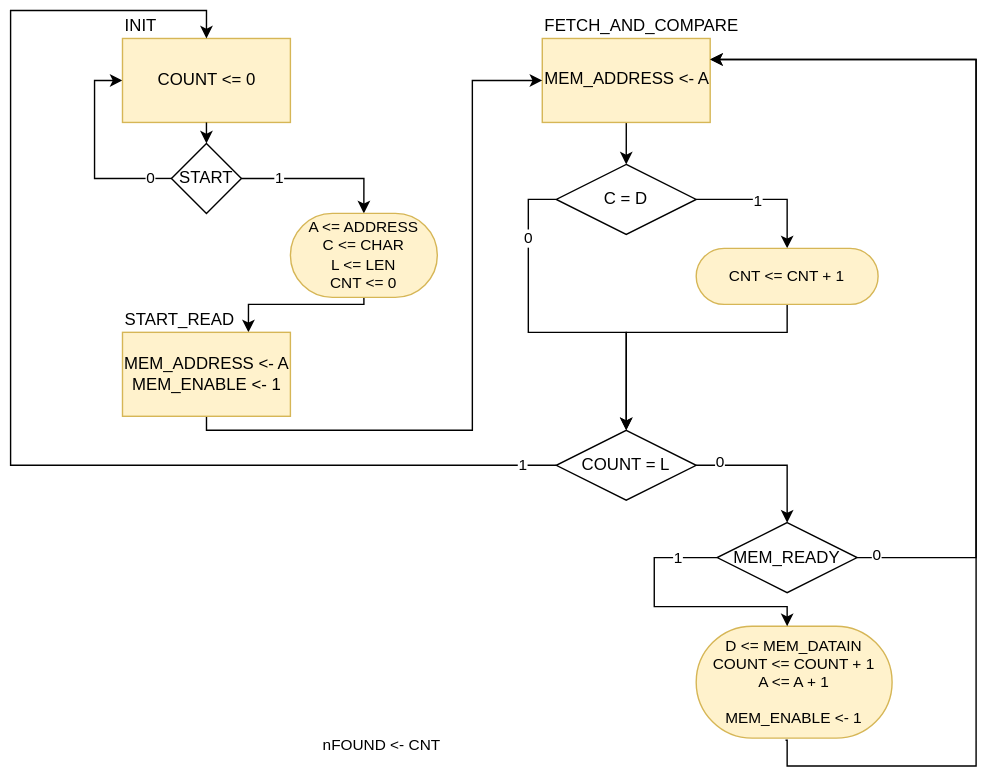
Before: doc/images/ASM-search_chr_improved.drawio.svg, a diagram exported from draw.io (DavidTrevisan/calcolatori_elettronici_2025). Source tidied: cells renumbered, new cells last; positions are measured from the earlier drawing's top-left corner, leaving out a move shared by most shapes. The source it was exported from:
```xml
<mxGraphModel>
  <root>
    <mxCell id="0" />
    <mxCell id="1" parent="0" />
    <mxCell id="2" style="edgeStyle=orthogonalEdgeStyle;rounded=0;jettySize=auto;html=1;entryX=0;entryY=0.5;entryDx=0;entryDy=0;strokeColor=default;align=center;verticalAlign=middle;fontFamily=Helvetica;fontSize=11;fontColor=default;labelBackgroundColor=default;jumpStyle=arc;endArrow=classic;exitX=1;exitY=0.5;exitDx=0;exitDy=0;" parent="1" edge="1" source="9" target="4">
      <mxGeometry relative="1" as="geometry">
        <Array as="points">
          <mxPoint x="60" y="120" />
          <mxPoint x="60" y="50" />
        </Array>
      </mxGeometry>
    </mxCell>
    <mxCell id="3" value="0" style="edgeLabel;html=1;align=center;verticalAlign=middle;fontFamily=Helvetica;fontSize=11;fontColor=default;labelBackgroundColor=default;" parent="2" vertex="1">
      <mxGeometry x="-0.47" y="1" relative="1" as="geometry">
        <mxPoint x="-14" y="-1" as="offset" />
      </mxGeometry>
    </mxCell>
    <mxCell id="4" value="INIT" style="rounded=0;whiteSpace=wrap;html=1;verticalAlign=bottom;labelPosition=center;verticalLabelPosition=top;align=left;fillColor=#fff2cc;strokeColor=#d6b656;" parent="1" vertex="1">
      <mxGeometry x="80" y="20" width="120" height="60" as="geometry" />
    </mxCell>
    <mxCell id="5" value="COUNT &amp;lt;= 0" style="text;html=1;align=center;verticalAlign=middle;strokeColor=none;fillColor=none;" parent="1" vertex="1">
      <mxGeometry x="95" y="35" width="90" height="30" as="geometry" />
    </mxCell>
    <mxCell id="6" style="edgeStyle=orthogonalEdgeStyle;rounded=0;jettySize=auto;html=1;entryX=0.5;entryY=0;entryDx=0;entryDy=0;strokeColor=default;align=center;verticalAlign=middle;fontFamily=Helvetica;fontSize=11;fontColor=default;labelBackgroundColor=default;jumpStyle=arc;endArrow=classic;" parent="1" edge="1" target="9">
      <mxGeometry relative="1" as="geometry">
        <mxPoint x="140" y="80" as="sourcePoint" />
      </mxGeometry>
    </mxCell>
    <mxCell id="7" style="edgeStyle=orthogonalEdgeStyle;shape=connector;rounded=0;jumpStyle=arc;jettySize=auto;html=1;strokeColor=default;align=center;verticalAlign=middle;fontFamily=Helvetica;fontSize=11;fontColor=default;labelBackgroundColor=default;endArrow=classic;entryX=0.5;entryY=0;entryDx=0;entryDy=0;" parent="1" edge="1" source="9" target="11">
      <mxGeometry relative="1" as="geometry">
        <Array as="points">
          <mxPoint x="253" y="120" />
        </Array>
      </mxGeometry>
    </mxCell>
    <mxCell id="8" value="1" style="edgeLabel;html=1;align=center;verticalAlign=middle;fontFamily=Helvetica;fontSize=11;fontColor=default;labelBackgroundColor=default;" parent="7" vertex="1">
      <mxGeometry x="0.04" y="-1" relative="1" as="geometry">
        <mxPoint x="-31" y="-1" as="offset" />
      </mxGeometry>
    </mxCell>
    <mxCell id="9" value="START" style="rhombus;whiteSpace=wrap;html=1;" parent="1" vertex="1">
      <mxGeometry x="115" y="95" width="50" height="50" as="geometry" />
    </mxCell>
    <mxCell id="10" style="edgeStyle=orthogonalEdgeStyle;shape=connector;rounded=0;jumpStyle=arc;jettySize=auto;html=1;entryX=0.75;entryY=0;entryDx=0;entryDy=0;strokeColor=default;align=center;verticalAlign=middle;fontFamily=Helvetica;fontSize=11;fontColor=default;labelBackgroundColor=default;endArrow=classic;" parent="1" edge="1" source="11" target="36">
      <mxGeometry relative="1" as="geometry">
        <Array as="points">
          <mxPoint x="253" y="210" />
          <mxPoint x="170" y="210" />
        </Array>
      </mxGeometry>
    </mxCell>
    <mxCell id="11" value="A &amp;lt;= ADDRESS&lt;br&gt;C &amp;lt;= CHAR&lt;br&gt;L &amp;lt;= LEN&lt;br&gt;CNT &amp;lt;= 0" style="rounded=1;whiteSpace=wrap;html=1;fontFamily=Helvetica;fontSize=11;labelBackgroundColor=none;fillColor=#fff2cc;strokeColor=#d6b656;arcSize=50;" parent="1" vertex="1">
      <mxGeometry x="200" y="145" width="105" height="60" as="geometry" />
    </mxCell>
    <mxCell id="12" style="edgeStyle=orthogonalEdgeStyle;rounded=0;jettySize=auto;html=1;entryX=0.5;entryY=0;entryDx=0;entryDy=0;" parent="1" edge="1" source="13" target="19">
      <mxGeometry relative="1" as="geometry" />
    </mxCell>
    <mxCell id="13" value="FETCH_AND_COMPARE" style="rounded=0;whiteSpace=wrap;html=1;verticalAlign=bottom;labelPosition=center;verticalLabelPosition=top;align=left;fillColor=#fff2cc;strokeColor=#d6b656;" parent="1" vertex="1">
      <mxGeometry x="380" y="20" width="120" height="60" as="geometry" />
    </mxCell>
    <mxCell id="14" value="D &amp;lt;= MEM_DATAIN&lt;br&gt;COUNT &amp;lt;= COUNT + 1&lt;br&gt;&lt;div&gt;A &amp;lt;= A + 1&lt;br&gt;&lt;br&gt;MEM_ENABLE &amp;lt;- 1&lt;/div&gt;" style="rounded=1;whiteSpace=wrap;html=1;fontFamily=Helvetica;fontSize=11;labelBackgroundColor=none;fillColor=#fff2cc;strokeColor=#d6b656;arcSize=50;" parent="1" vertex="1">
      <mxGeometry x="490" y="440" width="140" height="80" as="geometry" />
    </mxCell>
    <mxCell id="15" style="edgeStyle=orthogonalEdgeStyle;shape=connector;rounded=0;jumpStyle=arc;jettySize=auto;html=1;entryX=0.5;entryY=0;entryDx=0;entryDy=0;strokeColor=default;align=center;verticalAlign=middle;fontFamily=Helvetica;fontSize=11;fontColor=default;labelBackgroundColor=default;endArrow=classic;exitX=1;exitY=0.5;exitDx=0;exitDy=0;" parent="1" edge="1" source="19" target="21">
      <mxGeometry relative="1" as="geometry" />
    </mxCell>
    <mxCell id="16" value="1" style="edgeLabel;html=1;align=center;verticalAlign=middle;fontFamily=Helvetica;fontSize=11;fontColor=default;labelBackgroundColor=default;" parent="15" vertex="1">
      <mxGeometry x="-0.13" y="-1" relative="1" as="geometry" />
    </mxCell>
    <mxCell id="17" style="edgeStyle=orthogonalEdgeStyle;shape=connector;rounded=0;jumpStyle=arc;jettySize=auto;html=1;strokeColor=default;align=center;verticalAlign=middle;fontFamily=Helvetica;fontSize=11;fontColor=default;labelBackgroundColor=default;endArrow=classic;exitX=0;exitY=0.5;exitDx=0;exitDy=0;entryX=0.5;entryY=0;entryDx=0;entryDy=0;" parent="1" edge="1" source="19" target="26">
      <mxGeometry relative="1" as="geometry">
        <Array as="points">
          <mxPoint x="370" y="135" />
          <mxPoint x="370" y="230" />
          <mxPoint x="440" y="230" />
        </Array>
      </mxGeometry>
    </mxCell>
    <mxCell id="18" value="0" style="edgeLabel;html=1;align=center;verticalAlign=middle;fontFamily=Helvetica;fontSize=11;fontColor=default;labelBackgroundColor=default;" parent="17" vertex="1">
      <mxGeometry x="-0.63" relative="1" as="geometry" />
    </mxCell>
    <mxCell id="19" value="C = D" style="rhombus;whiteSpace=wrap;html=1;" parent="1" vertex="1">
      <mxGeometry x="390" y="110" width="100" height="50" as="geometry" />
    </mxCell>
    <mxCell id="20" style="edgeStyle=orthogonalEdgeStyle;shape=connector;rounded=0;jumpStyle=arc;jettySize=auto;html=1;entryX=0.5;entryY=0;entryDx=0;entryDy=0;strokeColor=default;align=center;verticalAlign=middle;fontFamily=Helvetica;fontSize=11;fontColor=default;labelBackgroundColor=default;endArrow=classic;" parent="1" edge="1" source="21" target="26">
      <mxGeometry relative="1" as="geometry">
        <Array as="points">
          <mxPoint x="555" y="230" />
          <mxPoint x="440" y="230" />
        </Array>
      </mxGeometry>
    </mxCell>
    <mxCell id="21" value="CNT &amp;lt;= CNT + 1" style="rounded=1;whiteSpace=wrap;html=1;fontFamily=Helvetica;fontSize=11;labelBackgroundColor=none;fillColor=#fff2cc;strokeColor=#d6b656;arcSize=50;" parent="1" vertex="1">
      <mxGeometry x="490" y="170" width="130" height="40" as="geometry" />
    </mxCell>
    <mxCell id="22" style="edgeStyle=orthogonalEdgeStyle;shape=connector;rounded=0;jumpStyle=arc;jettySize=auto;html=1;entryX=0.5;entryY=0;entryDx=0;entryDy=0;strokeColor=default;align=center;verticalAlign=middle;fontFamily=Helvetica;fontSize=11;fontColor=default;labelBackgroundColor=default;endArrow=classic;exitX=0;exitY=0.5;exitDx=0;exitDy=0;" parent="1" edge="1" source="33">
      <mxGeometry relative="1" as="geometry">
        <mxPoint x="555" y="440" as="targetPoint" />
        <Array as="points">
          <mxPoint x="460" y="391" />
          <mxPoint x="460" y="426" />
          <mxPoint x="555" y="426" />
        </Array>
      </mxGeometry>
    </mxCell>
    <mxCell id="23" value="1" style="edgeLabel;html=1;align=center;verticalAlign=middle;fontFamily=Helvetica;fontSize=11;fontColor=default;labelBackgroundColor=default;" parent="22" vertex="1">
      <mxGeometry x="-0.7" relative="1" as="geometry" />
    </mxCell>
    <mxCell id="24" style="edgeStyle=orthogonalEdgeStyle;shape=connector;rounded=0;jumpStyle=arc;jettySize=auto;html=1;entryX=0.5;entryY=0;entryDx=0;entryDy=0;strokeColor=default;align=center;verticalAlign=middle;fontFamily=Helvetica;fontSize=11;fontColor=default;labelBackgroundColor=default;endArrow=classic;exitX=0;exitY=0.5;exitDx=0;exitDy=0;" parent="1" edge="1" source="26" target="4">
      <mxGeometry relative="1" as="geometry">
        <Array as="points">
          <mxPoint y="325" />
          <mxPoint />
          <mxPoint x="140" />
        </Array>
      </mxGeometry>
    </mxCell>
    <mxCell id="25" value="1" style="edgeLabel;html=1;align=center;verticalAlign=middle;fontFamily=Helvetica;fontSize=11;fontColor=default;labelBackgroundColor=default;" parent="24" vertex="1">
      <mxGeometry x="-0.94" relative="1" as="geometry" />
    </mxCell>
    <mxCell id="26" value="COUNT = L" style="rhombus;whiteSpace=wrap;html=1;" parent="1" vertex="1">
      <mxGeometry x="390" y="300" width="100" height="50" as="geometry" />
    </mxCell>
    <mxCell id="27" style="edgeStyle=orthogonalEdgeStyle;shape=connector;rounded=0;jumpStyle=arc;jettySize=auto;html=1;entryX=1;entryY=0.25;entryDx=0;entryDy=0;strokeColor=default;align=center;verticalAlign=middle;fontFamily=Helvetica;fontSize=11;fontColor=default;labelBackgroundColor=default;endArrow=classic;exitX=0.456;exitY=1.019;exitDx=0;exitDy=0;exitPerimeter=0;" parent="1" edge="1" source="14" target="13">
      <mxGeometry relative="1" as="geometry">
        <Array as="points">
          <mxPoint x="555" y="522" />
          <mxPoint x="555" y="540" />
          <mxPoint x="690" y="540" />
          <mxPoint x="690" y="35" />
        </Array>
      </mxGeometry>
    </mxCell>
    <mxCell id="28" value="nFOUND &amp;lt;- CNT" style="text;html=1;align=center;verticalAlign=middle;strokeColor=none;fillColor=none;fontFamily=Helvetica;fontSize=11;fontColor=default;labelBackgroundColor=default;" parent="1" vertex="1">
      <mxGeometry x="210" y="510" width="110" height="30" as="geometry" />
    </mxCell>
    <mxCell id="29" style="edgeStyle=orthogonalEdgeStyle;shape=connector;rounded=0;jumpStyle=arc;jettySize=auto;html=1;entryX=0.5;entryY=0;entryDx=0;entryDy=0;strokeColor=default;align=center;verticalAlign=middle;fontFamily=Helvetica;fontSize=11;fontColor=default;labelBackgroundColor=default;endArrow=classic;" parent="1" edge="1" source="26" target="33">
      <mxGeometry relative="1" as="geometry" />
    </mxCell>
    <mxCell id="30" value="0" style="edgeLabel;html=1;align=center;verticalAlign=middle;fontFamily=Helvetica;fontSize=11;fontColor=default;labelBackgroundColor=default;" parent="29" vertex="1">
      <mxGeometry x="-0.69" y="2" relative="1" as="geometry" />
    </mxCell>
    <mxCell id="31" style="edgeStyle=orthogonalEdgeStyle;shape=connector;rounded=0;jumpStyle=arc;jettySize=auto;html=1;entryX=1;entryY=0.25;entryDx=0;entryDy=0;strokeColor=default;align=center;verticalAlign=middle;fontFamily=Helvetica;fontSize=11;fontColor=default;labelBackgroundColor=default;endArrow=classic;" parent="1" edge="1" source="33" target="13">
      <mxGeometry relative="1" as="geometry">
        <Array as="points">
          <mxPoint x="690" y="391" />
          <mxPoint x="690" y="35" />
        </Array>
      </mxGeometry>
    </mxCell>
    <mxCell id="32" value="0" style="edgeLabel;html=1;align=center;verticalAlign=middle;fontFamily=Helvetica;fontSize=11;fontColor=default;labelBackgroundColor=default;" parent="31" vertex="1">
      <mxGeometry x="-0.96" y="2" relative="1" as="geometry" />
    </mxCell>
    <mxCell id="33" value="MEM_READY" style="rhombus;whiteSpace=wrap;html=1;" parent="1" vertex="1">
      <mxGeometry x="505" y="366" width="100" height="50" as="geometry" />
    </mxCell>
    <mxCell id="34" value="MEM_ADDRESS &amp;lt;- A" style="text;whiteSpace=wrap;html=1;" parent="1" vertex="1">
      <mxGeometry x="380" y="35" width="150" height="30" as="geometry" />
    </mxCell>
    <mxCell id="35" style="edgeStyle=orthogonalEdgeStyle;rounded=0;jettySize=auto;html=1;entryX=0;entryY=0.5;entryDx=0;entryDy=0;" parent="1" edge="1" source="36" target="13">
      <mxGeometry relative="1" as="geometry">
        <Array as="points">
          <mxPoint x="140" y="300" />
          <mxPoint x="330" y="300" />
          <mxPoint x="330" y="50" />
        </Array>
      </mxGeometry>
    </mxCell>
    <mxCell id="36" value="START_READ" style="rounded=0;whiteSpace=wrap;html=1;verticalAlign=bottom;labelPosition=center;verticalLabelPosition=top;align=left;fillColor=#fff2cc;strokeColor=#d6b656;" parent="1" vertex="1">
      <mxGeometry x="80" y="230" width="120" height="60" as="geometry" />
    </mxCell>
    <mxCell id="37" value="MEM_ADDRESS &amp;lt;- A&lt;br&gt;MEM_ENABLE &amp;lt;- 1" style="text;html=1;align=center;verticalAlign=middle;strokeColor=none;fillColor=none;" parent="1" vertex="1">
      <mxGeometry x="70" y="240" width="140" height="40" as="geometry" />
    </mxCell>
  </root>
</mxGraphModel>
```
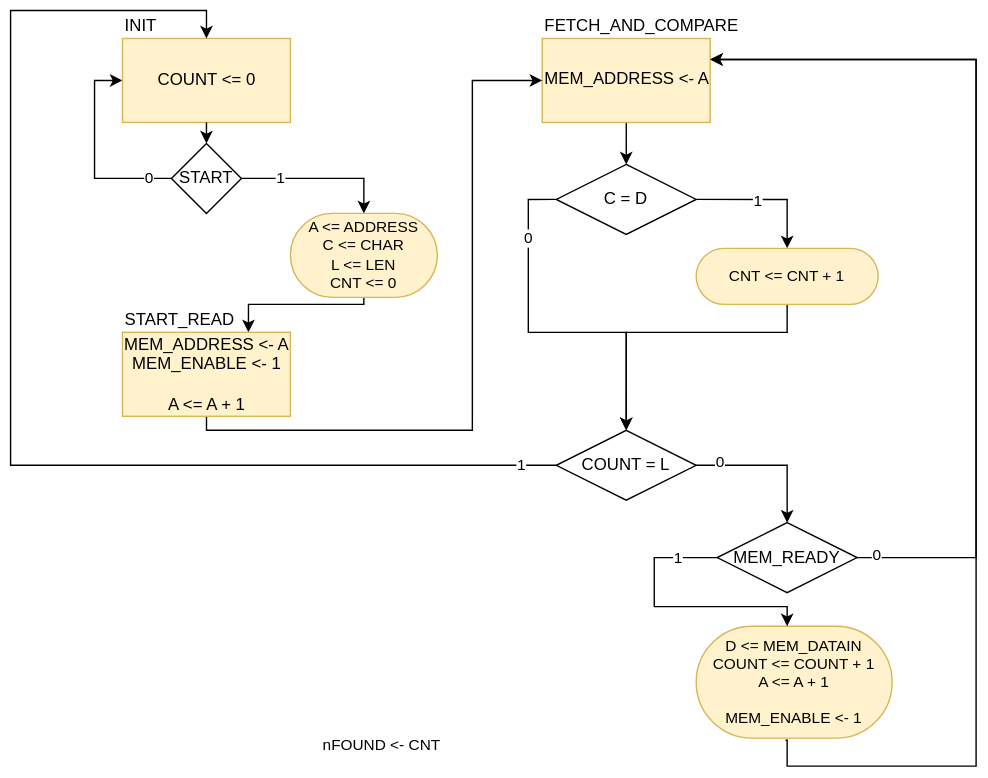
Later version of the same file.

Commit message:
[doc-search_chr] WIP

Diff of the diagram source:
```diff
@@ -169,8 +169,8 @@
     <mxCell id="36" value="START_READ" style="rounded=0;whiteSpace=wrap;html=1;verticalAlign=bottom;labelPosition=center;verticalLabelPosition=top;align=left;fillColor=#fff2cc;strokeColor=#d6b656;" parent="1" vertex="1">
       <mxGeometry x="80" y="230" width="120" height="60" as="geometry" />
     </mxCell>
-    <mxCell id="37" value="MEM_ADDRESS &amp;lt;- A&lt;br&gt;MEM_ENABLE &amp;lt;- 1" style="text;html=1;align=center;verticalAlign=middle;strokeColor=none;fillColor=none;" parent="1" vertex="1">
-      <mxGeometry x="70" y="240" width="140" height="40" as="geometry" />
+    <mxCell id="37" value="MEM_ADDRESS &amp;lt;- A&lt;br&gt;MEM_ENABLE &amp;lt;- 1&lt;br&gt;&lt;br&gt;A &amp;lt;= A + 1" style="text;html=1;align=center;verticalAlign=middle;strokeColor=none;fillColor=none;" parent="1" vertex="1">
+      <mxGeometry x="70" y="225" width="140" height="70" as="geometry" />
     </mxCell>
   </root>
 </mxGraphModel>
```
